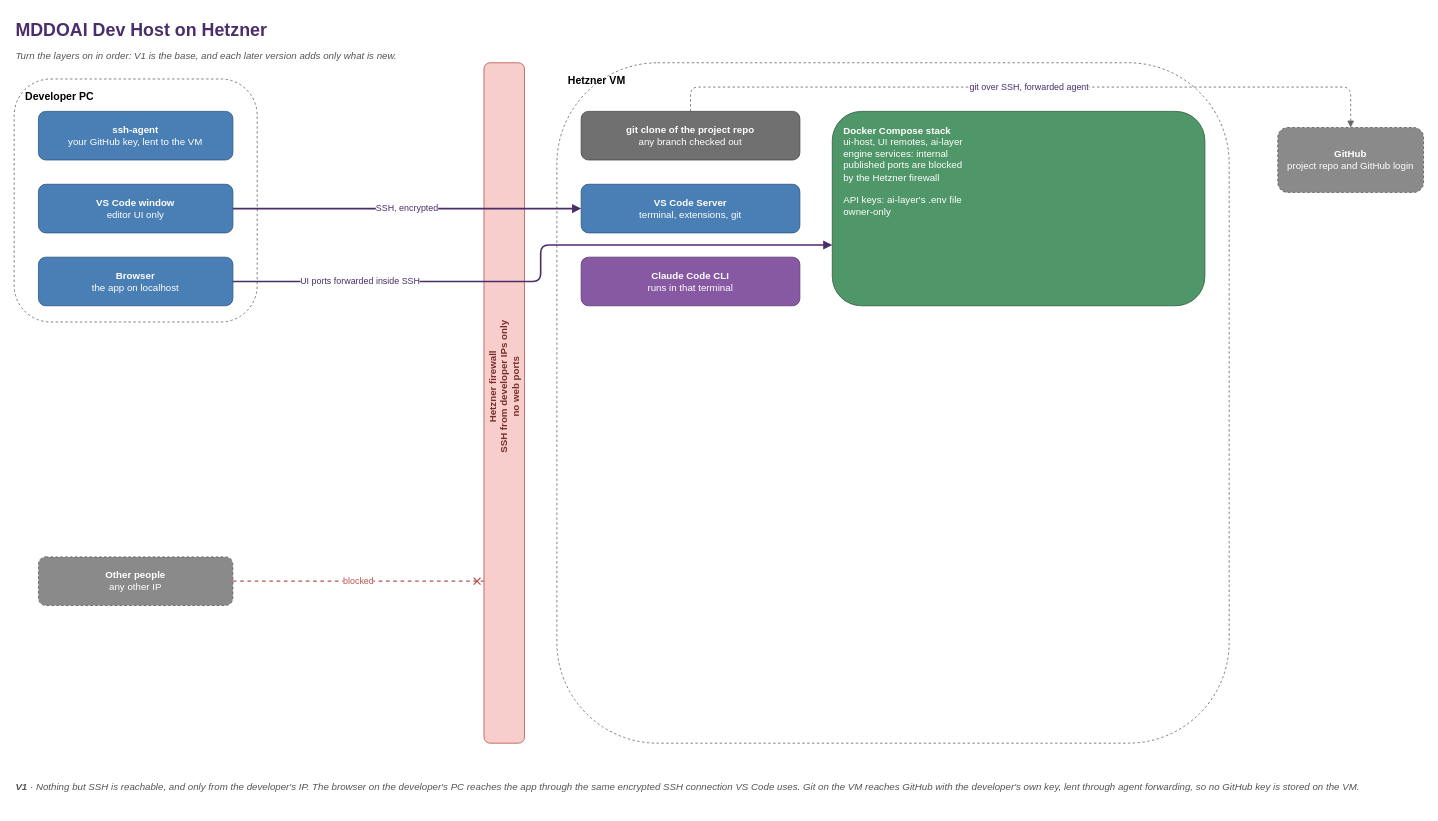
Before: page "Dev Host (Hetzner)" (3 of 3) of MDDOAI_Agentic_Architecture.drawio in modeldrivendevopsai/mddoai, a draw.io diagram. Source tidied: cells renumbered, new cells numbered last; positions are measured from the earlier drawing's top-left corner, leaving out a move shared by most shapes. Both pictures are drawn from the tidied source at 81%, with x=0, y=0 at pixel (14, 14).
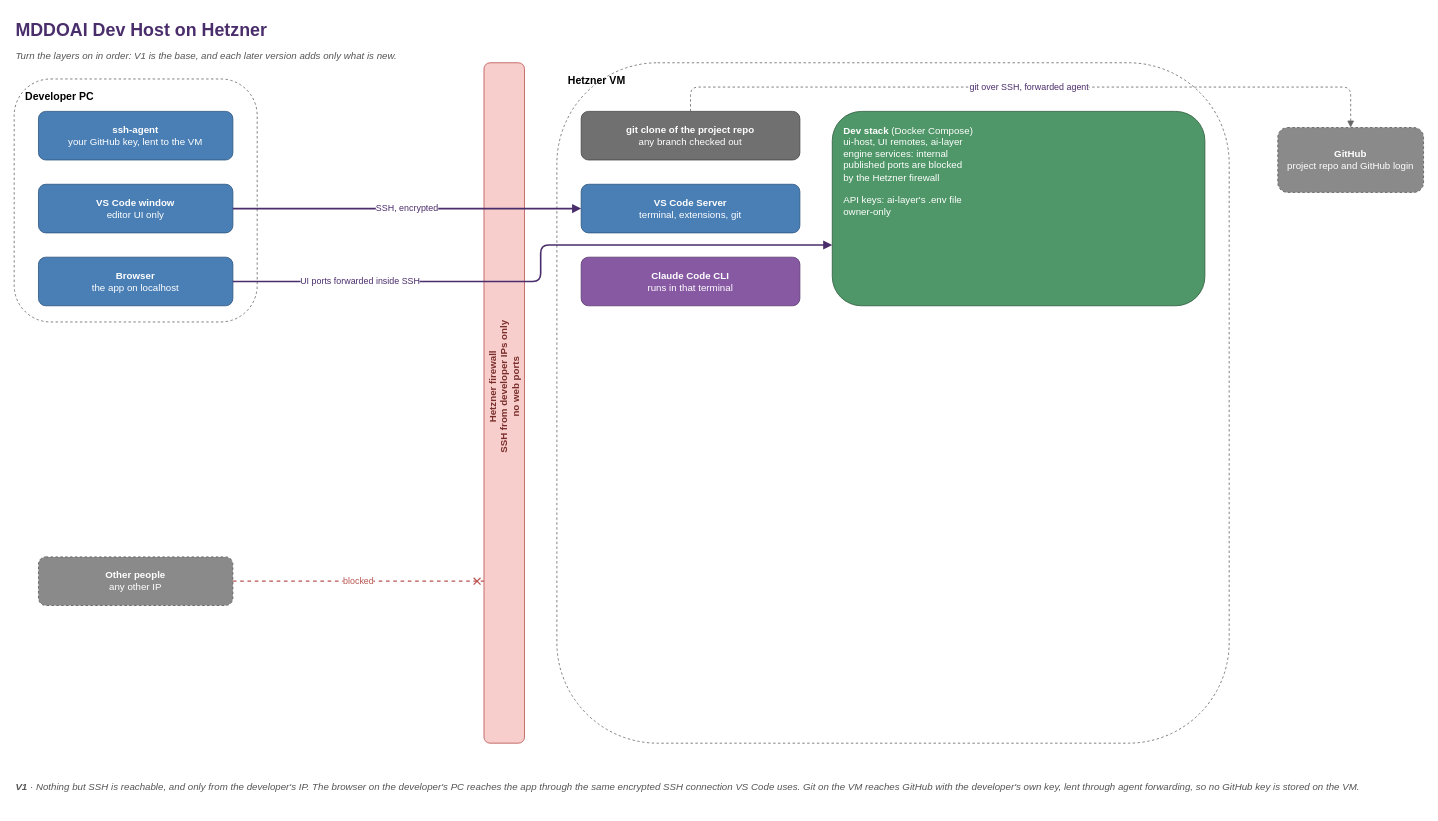
The same diagram, later.

Commit message:
Reorder dev host versions, demo first

What changed in the source:
```diff
@@
-    <mxCell id="16" value="&lt;b&gt;Docker Compose stack&lt;/b&gt;&lt;br&gt;ui-host, UI remotes, ai-layer&lt;br&gt;engine services: internal&lt;br&gt;published ports are blocked&lt;br&gt;by the Hetzner firewall&lt;br&gt;&lt;br&gt;API keys: ai-layer's .env file&lt;br&gt;owner-only" style="rounded=1;whiteSpace=wrap;html=1;fontColor=#ffffff;fontSize=12;fillColor=#4f9768;strokeColor=#2d5c3d;align=left;spacingLeft=12;verticalAlign=top;spacingTop=10;" parent="7" vertex="1">
+    <mxCell id="16" value="&lt;b&gt;Dev stack&lt;/b&gt; (Docker Compose)&lt;br&gt;ui-host, UI remotes, ai-layer&lt;br&gt;engine services: internal&lt;br&gt;published ports are blocked&lt;br&gt;by the Hetzner firewall&lt;br&gt;&lt;br&gt;API keys: ai-layer's .env file&lt;br&gt;owner-only" style="rounded=1;whiteSpace=wrap;html=1;fontColor=#ffffff;fontSize=12;fillColor=#4f9768;strokeColor=#2d5c3d;align=left;spacingLeft=12;verticalAlign=top;spacingTop=10;" parent="7" vertex="1">
       <mxGeometry x="1010" y="120" width="460" height="240" as="geometry" />
     </mxCell>
```
